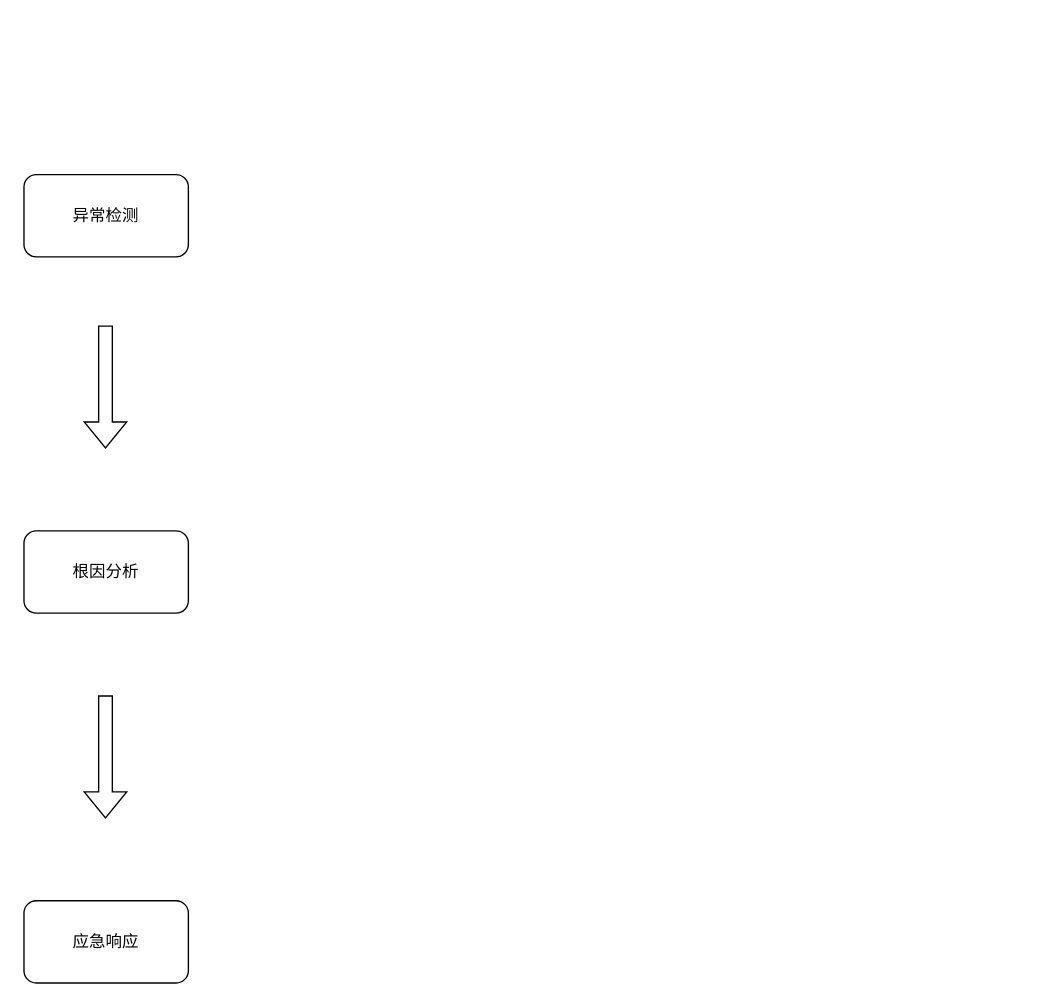
Earlier version of the draw.io diagram 问题剖析.drawio (LiLiJacky/graphData). Source tidied: cells renumbered, new cells numbered last; positions are measured from the earlier drawing's top-left corner, leaving out a move shared by most shapes. Both pictures are drawn from the tidied source at 137%, with x=0, y=0 at pixel (23, 174).
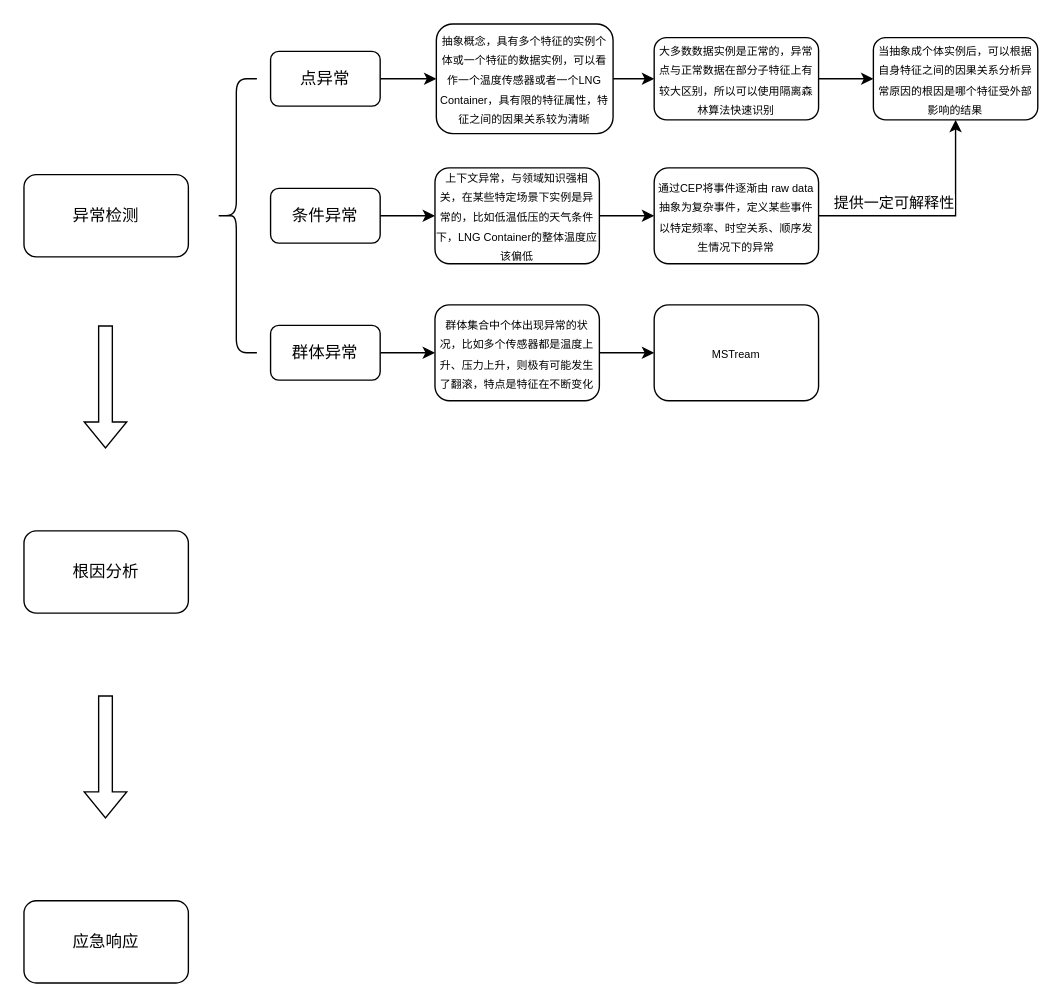
Above is the later version.

Commit message (it also covers changes not shown here):
更新问题剖析.drawio

Diff of the diagram source:
```diff
@@
+    <mxCell id="7" style="shape=curlyBracket;whiteSpace=wrap;html=1;rounded=1;labelPosition=left;verticalLabelPosition=middle;align=right;verticalAlign=middle;" parent="1" vertex="1">
+      <mxGeometry x="140" y="-70" width="30" height="200" as="geometry" />
+    </mxCell>
+    <mxCell id="8" style="edgeStyle=orthogonalEdgeStyle;rounded=0;jettySize=auto;html=1;" parent="1" edge="1" source="9" target="15">
+      <mxGeometry relative="1" as="geometry" />
+    </mxCell>
+    <mxCell id="9" value="点异常" style="rounded=1;whiteSpace=wrap;html=1;" parent="1" vertex="1">
+      <mxGeometry x="180" y="-90" width="80" height="40" as="geometry" />
+    </mxCell>
+    <mxCell id="10" style="edgeStyle=orthogonalEdgeStyle;rounded=0;jettySize=auto;html=1;entryX=0;entryY=0.5;entryDx=0;entryDy=0;" parent="1" edge="1" source="11" target="20">
+      <mxGeometry relative="1" as="geometry" />
+    </mxCell>
+    <mxCell id="11" value="条件异常" style="rounded=1;whiteSpace=wrap;html=1;" parent="1" vertex="1">
+      <mxGeometry x="180" y="10" width="80" height="40" as="geometry" />
+    </mxCell>
+    <mxCell id="12" style="edgeStyle=orthogonalEdgeStyle;rounded=0;jettySize=auto;html=1;entryX=0;entryY=0.5;entryDx=0;entryDy=0;" parent="1" edge="1" source="13" target="25">
+      <mxGeometry relative="1" as="geometry" />
+    </mxCell>
+    <mxCell id="13" value="群体异常" style="rounded=1;whiteSpace=wrap;html=1;" parent="1" vertex="1">
+      <mxGeometry x="180" y="110" width="80" height="40" as="geometry" />
+    </mxCell>
+    <mxCell id="14" style="edgeStyle=orthogonalEdgeStyle;rounded=0;jettySize=auto;html=1;" parent="1" edge="1" source="15" target="17">
+      <mxGeometry relative="1" as="geometry" />
+    </mxCell>
+    <mxCell id="15" value="&lt;font style=&quot;font-size: 8px;&quot;&gt;抽象概念，具有多个特征的实例个体或一个特征的数据实例，可以看作一个温度传感器或者一个LNG Container，具有限的特征属性，特征之间的因果关系较为清晰&lt;/font&gt;" style="whiteSpace=wrap;html=1;rounded=1;" parent="1" vertex="1">
+      <mxGeometry x="301" y="-110" width="129" height="80" as="geometry" />
+    </mxCell>
+    <mxCell id="16" style="edgeStyle=orthogonalEdgeStyle;rounded=0;jettySize=auto;html=1;" parent="1" edge="1" source="17" target="18">
+      <mxGeometry relative="1" as="geometry" />
+    </mxCell>
+    <mxCell id="17" value="&lt;span style=&quot;font-size: 8px;&quot;&gt;大多数数据实例是正常的，异常点与正常数据在部分子特征上有较大区别，所以可以使用隔离森林算法快速识别&lt;/span&gt;" style="whiteSpace=wrap;html=1;rounded=1;" parent="1" vertex="1">
+      <mxGeometry x="460" y="-100" width="120" height="60" as="geometry" />
+    </mxCell>
+    <mxCell id="18" value="&lt;span style=&quot;font-size: 8px;&quot;&gt;当抽象成个体实例后，可以根据自身特征之间的因果关系分析异常原因的根因是哪个特征受外部影响的结果&lt;/span&gt;" style="whiteSpace=wrap;html=1;rounded=1;" parent="1" vertex="1">
+      <mxGeometry x="620" y="-100" width="120" height="60" as="geometry" />
+    </mxCell>
+    <mxCell id="19" style="edgeStyle=orthogonalEdgeStyle;rounded=0;jettySize=auto;html=1;" parent="1" edge="1" source="20" target="23">
+      <mxGeometry relative="1" as="geometry" />
+    </mxCell>
+    <mxCell id="20" value="&lt;font style=&quot;font-size: 8px;&quot;&gt;上下文异常，与领域知识强相关，在某些特定场景下实例是异常的，比如低温低压的天气条件下，LNG Container的整体温度应该偏低&lt;/font&gt;" style="whiteSpace=wrap;html=1;rounded=1;" parent="1" vertex="1">
+      <mxGeometry x="300" y="-5" width="120" height="70" as="geometry" />
+    </mxCell>
+    <mxCell id="21" style="edgeStyle=orthogonalEdgeStyle;rounded=0;jettySize=auto;html=1;entryX=0.5;entryY=1;entryDx=0;entryDy=0;" parent="1" edge="1" source="23" target="18">
+      <mxGeometry relative="1" as="geometry" />
+    </mxCell>
+    <mxCell id="22" value="提供一定可解释性" style="edgeLabel;html=1;align=center;verticalAlign=middle;" parent="21" vertex="1">
+      <mxGeometry x="-0.36" y="-2" relative="1" as="geometry">
+        <mxPoint y="-12" as="offset" />
+      </mxGeometry>
+    </mxCell>
+    <mxCell id="23" value="&lt;span style=&quot;font-size: 8px;&quot;&gt;通过CEP将事件逐渐由 raw data抽象为复杂事件，定义某些事件以特定频率、时空关系、顺序发生情况下的异常&lt;/span&gt;" style="whiteSpace=wrap;html=1;rounded=1;" parent="1" vertex="1">
+      <mxGeometry x="460" y="-5" width="120" height="70" as="geometry" />
+    </mxCell>
+    <mxCell id="24" style="edgeStyle=orthogonalEdgeStyle;rounded=0;jettySize=auto;html=1;" parent="1" edge="1" source="25" target="26">
+      <mxGeometry relative="1" as="geometry" />
+    </mxCell>
+    <mxCell id="25" value="&lt;font style=&quot;font-size: 8px;&quot;&gt;群体集合中个体出现异常的状况，比如多个传感器都是温度上升、压力上升，则极有可能发生了翻滚，特点是特征在不断变化&lt;/font&gt;" style="whiteSpace=wrap;html=1;rounded=1;" parent="1" vertex="1">
+      <mxGeometry x="300" y="95" width="120" height="70" as="geometry" />
+    </mxCell>
+    <mxCell id="26" value="&lt;font style=&quot;font-size: 8px;&quot;&gt;MSTream&lt;/font&gt;" style="whiteSpace=wrap;html=1;rounded=1;" parent="1" vertex="1">
+      <mxGeometry x="460" y="95" width="120" height="70" as="geometry" />
+    </mxCell>
```
